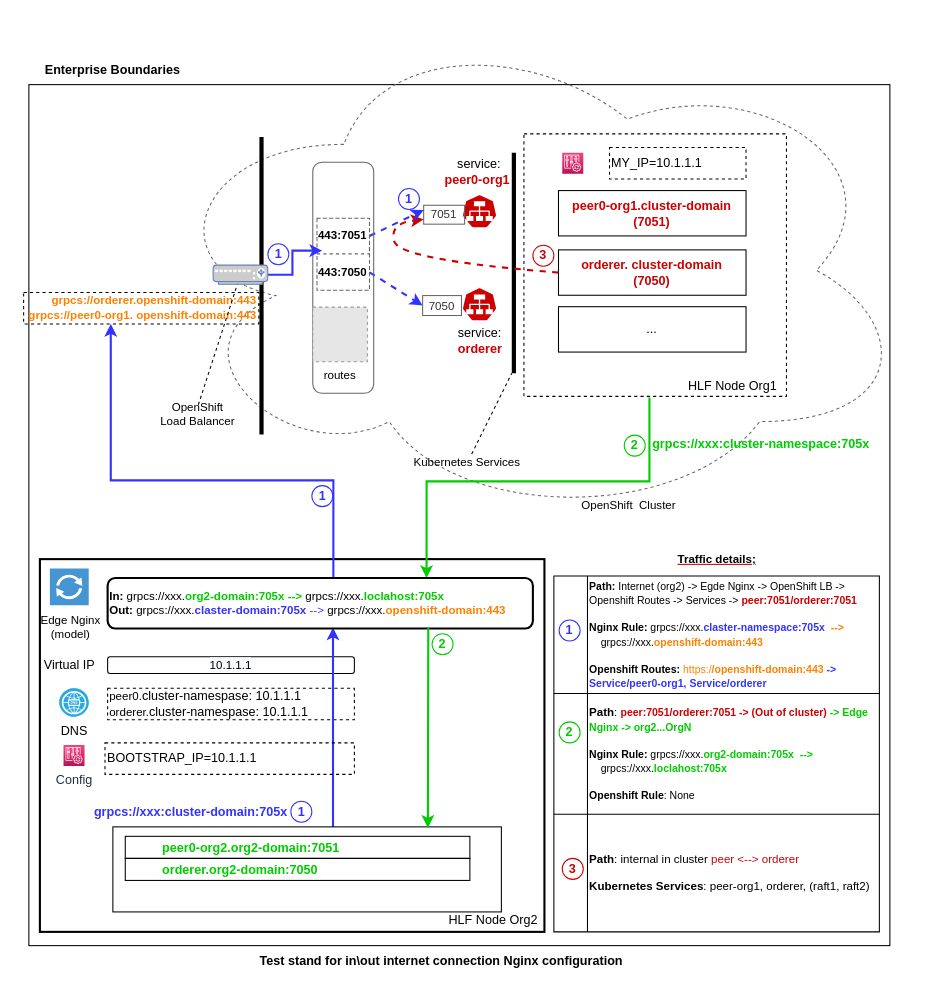
This is kubernetes/tech/deployment/EnterpriseDeployment.drawio from olegabu/fabric-starter, a draw.io file, before an edit. Source tidied: cells renumbered, new cells numbered last; positions are measured from the earlier drawing's top-left corner, leaving out a move shared by most shapes. Both pictures are drawn from the tidied source at 105%, with x=0, y=0 at pixel (18, 18). Pictures stored in the file or linked from it are replaced by grey dashed boxes.
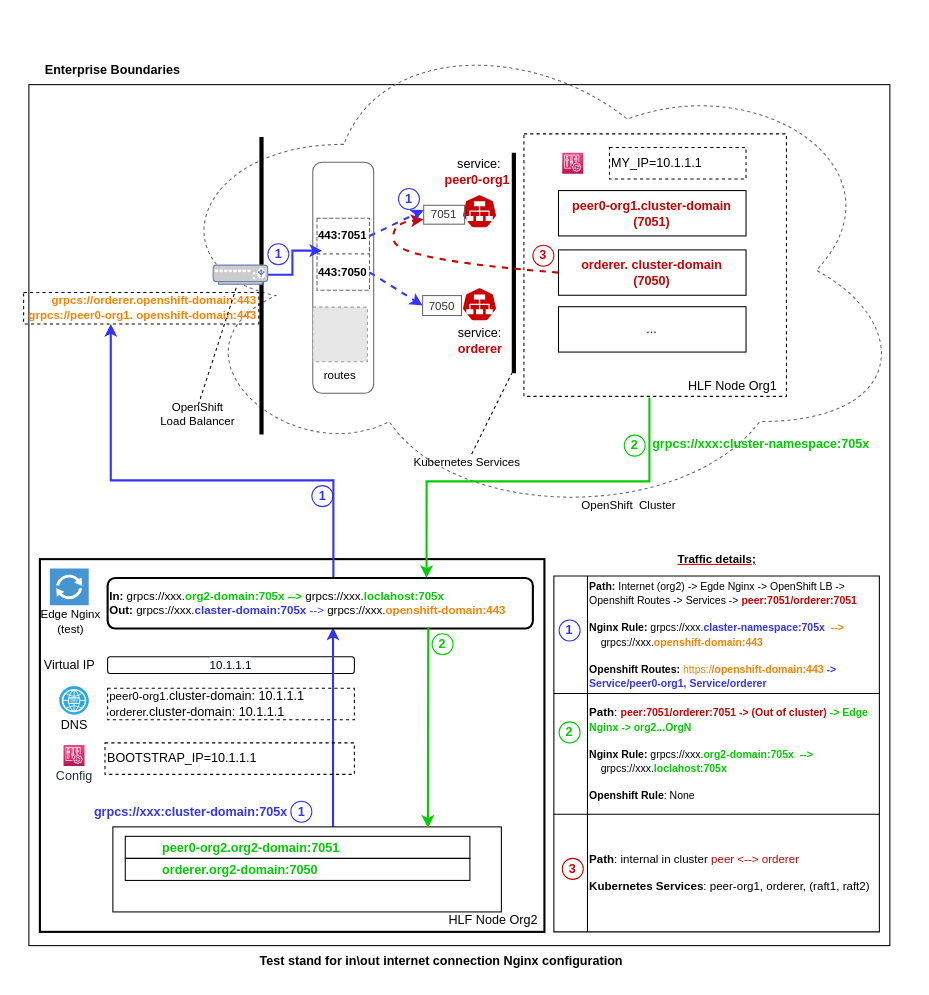
After the change.

Commit message (it also covers changes not shown here):
deployment diagram

The edit, as a diff of the source:
```diff
@@
-    <mxCell id="5" style="shadow=0;dashed=0;html=1;strokeColor=none;fillColor=#4495D1;labelPosition=center;verticalLabelPosition=bottom;verticalAlign=top;align=center;shape=mxgraph.veeam.2d.proxy;" parent="1" vertex="1">
+    <mxCell id="5" style="shadow=0;dashed=0;html=1;strokeColor=none;fillColor=#4495D1;labelPosition=center;verticalLabelPosition=bottom;verticalAlign=top;align=center;shape=mxgraph.veeam.2d.proxy;spacingTop=0;" parent="1" vertex="1">
       <mxGeometry x="30" y="524" width="37" height="35" as="geometry" />
     </mxCell>
-    <mxCell id="6" value="Edge Nginx (model)" style="text;html=1;strokeColor=none;fillColor=none;align=center;verticalAlign=middle;whiteSpace=wrap;rounded=0;fontSize=11;" parent="1" vertex="1">
-      <mxGeometry x="18.5" y="570" width="61.5" height="20" as="geometry" />
+    <mxCell id="6" value="Edge Nginx (test)" style="text;html=1;strokeColor=none;fillColor=none;align=center;verticalAlign=middle;whiteSpace=wrap;rounded=0;fontSize=11;" parent="1" vertex="1">
+      <mxGeometry x="18.5" y="565" width="61.5" height="20" as="geometry" />
     </mxCell>
-    <mxCell id="7" value="DNS" style="fillColor=#28A8E0;verticalLabelPosition=bottom;sketch=0;html=1;strokeColor=#ffffff;verticalAlign=top;align=center;shape=mxgraph.cisco_safe.compositeIcon;bgIcon=ellipse;resIcon=mxgraph.cisco_safe.capability.dns;" parent="1" vertex="1">
-      <mxGeometry x="39" y="638" width="28" height="27" as="geometry" />
+    <mxCell id="7" value="DNS" style="fillColor=#28A8E0;verticalLabelPosition=bottom;sketch=0;html=1;strokeColor=#ffffff;verticalAlign=top;align=center;shape=mxgraph.cisco_safe.compositeIcon;bgIcon=ellipse;resIcon=mxgraph.cisco_safe.capability.dns;spacingTop=-4;" parent="1" vertex="1">
+      <mxGeometry x="39" y="636" width="28" height="27" as="geometry" />
     </mxCell>
@@
-    <mxCell id="10" value="peer0.&lt;span style=&quot;font-size: 12px&quot;&gt;cluster-namespase: 10.1.1.1&lt;br&gt;&lt;/span&gt;orderer.&lt;span style=&quot;font-size: 12px&quot;&gt;cluster-namespase: 10.1.1.1&lt;/span&gt;&lt;span style=&quot;font-size: 12px&quot;&gt;&lt;br&gt;&lt;/span&gt;" style="rounded=0;whiteSpace=wrap;html=1;dashed=1;fontSize=11;fillColor=none;align=left;" parent="1" vertex="1">
+    <mxCell id="10" value="peer0-org1.&lt;span style=&quot;font-size: 12px&quot;&gt;cluster-domain: 10.1.1.1&lt;br&gt;&lt;/span&gt;orderer.&lt;span style=&quot;font-size: 12px&quot;&gt;cluster-domain: 10.1.1.1&lt;/span&gt;&lt;span style=&quot;font-size: 12px&quot;&gt;&lt;br&gt;&lt;/span&gt;" style="rounded=0;whiteSpace=wrap;html=1;dashed=1;fontSize=11;fillColor=none;align=left;" parent="1" vertex="1">
       <mxGeometry x="85" y="638" width="235" height="30" as="geometry" />
     </mxCell>
@@
-    <mxCell id="28" value="Config" style="sketch=0;fontColor=#232F3E;gradientColor=#F34482;gradientDirection=north;fillColor=#BC1356;strokeColor=#ffffff;dashed=0;verticalLabelPosition=bottom;verticalAlign=top;align=center;html=1;fontSize=12;fontStyle=0;shape=mxgraph.aws4.resourceIcon;resIcon=mxgraph.aws4.config;" parent="1" vertex="1">
+    <mxCell id="28" value="Config" style="sketch=0;fontColor=#232F3E;gradientColor=#F34482;gradientDirection=north;fillColor=#BC1356;strokeColor=#ffffff;dashed=0;verticalLabelPosition=bottom;verticalAlign=top;align=center;html=1;fontSize=12;fontStyle=0;shape=mxgraph.aws4.resourceIcon;resIcon=mxgraph.aws4.config;spacingTop=-4;" parent="1" vertex="1">
       <mxGeometry x="43" y="692" width="20" height="20" as="geometry" />
     </mxCell>
```
